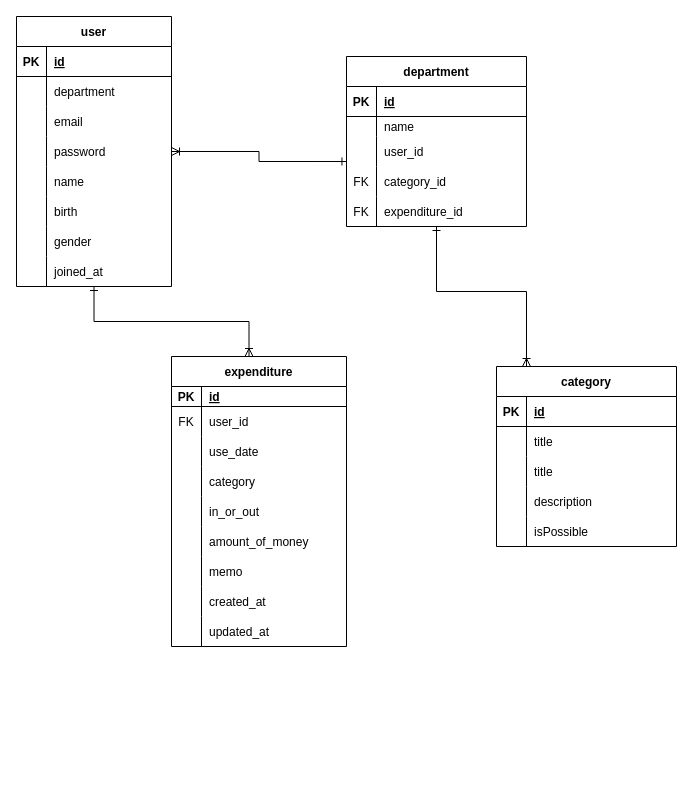
Earlier version of the draw.io diagram 제목 없는 다이어그램.drawio (ekslffh/accounting-project-be). Source tidied: cells renumbered, new cells numbered last; positions are measured from the earlier drawing's top-left corner, leaving out a move shared by most shapes. Both pictures are drawn from the tidied source at 100%, with x=0, y=0 at pixel (16, 16).
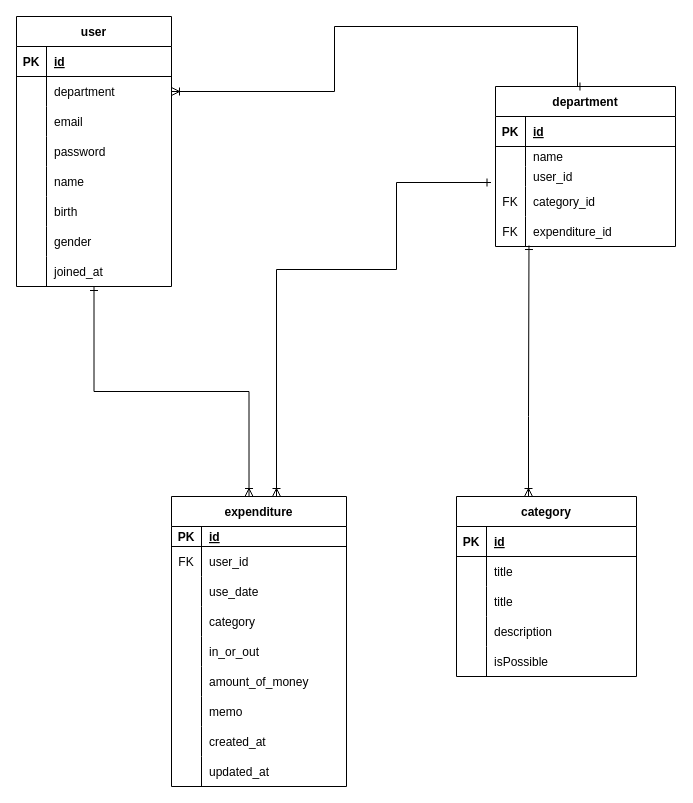
Above is the later version.

Commit message:
제목 없는 다이어그램.drawio 업데이트

Unchanged cells that the change refers to:
```xml
<mxCell id="35" style="shape=tableRow;horizontal=0;startSize=0;swimlaneHead=0;swimlaneBody=0;fillColor=none;points=[[0,0.5],[1,0.5]];portConstraint=eastwest;top=0;left=0;right=0;bottom=0;" parent="31" vertex="1">
  <mxGeometry y="60" width="155" height="30" as="geometry" />
</mxCell>
<mxCell id="41" style="shape=tableRow;horizontal=0;startSize=0;swimlaneHead=0;swimlaneBody=0;fillColor=none;points=[[0,0.5],[1,0.5]];portConstraint=eastwest;top=0;left=0;right=0;bottom=0;" parent="31" vertex="1">
  <mxGeometry y="120" width="155" height="30" as="geometry" />
</mxCell>
```

The edit, as a diff of the source:
```diff
@@
+    <mxCell id="90" style="edgeStyle=orthogonalEdgeStyle;rounded=0;jettySize=auto;html=1;startArrow=ERoneToMany;startFill=0;endArrow=ERone;endFill=0;entryX=-0.025;entryY=-0.133;entryDx=0;entryDy=0;entryPerimeter=0;" parent="1" edge="1" source="2" target="83">
+      <mxGeometry relative="1" as="geometry">
+        <Array as="points">
+          <mxPoint x="260" y="253" />
+          <mxPoint x="380" y="253" />
+          <mxPoint x="380" y="166" />
+        </Array>
+      </mxGeometry>
+    </mxCell>
     <mxCell id="2" value="expenditure" style="shape=table;startSize=30;childLayout=tableLayout;rowLines=0;fontStyle=1;align=center;" parent="1" vertex="1">
-      <mxGeometry x="155" y="340" width="175" height="290" as="geometry" />
+      <mxGeometry x="155" y="480" width="175" height="290" as="geometry" />
     </mxCell>
@@
-    <mxCell id="56" style="edgeStyle=orthogonalEdgeStyle;rounded=0;jettySize=auto;html=1;startArrow=ERoneToMany;startFill=0;endArrow=ERone;endFill=0;" parent="1" edge="1" source="57">
+    <mxCell id="56" style="edgeStyle=orthogonalEdgeStyle;rounded=0;jettySize=auto;html=1;startArrow=ERoneToMany;startFill=0;endArrow=ERone;endFill=0;entryX=0.186;entryY=0.967;entryDx=0;entryDy=0;entryPerimeter=0;" parent="1" edge="1" source="57" target="86">
       <mxGeometry relative="1" as="geometry">
-        <mxPoint x="420" y="210" as="targetPoint" />
         <Array as="points">
-          <mxPoint x="510" y="275" />
-          <mxPoint x="420" y="275" />
+          <mxPoint x="512" y="400" />
+          <mxPoint x="512" y="400" />
         </Array>
       </mxGeometry>
     </mxCell>
     <mxCell id="57" value="category" style="shape=table;startSize=30;childLayout=tableLayout;rowLines=0;fontStyle=1;align=center;" parent="1" vertex="1">
-      <mxGeometry x="480" y="350" width="180" height="180" as="geometry" />
+      <mxGeometry x="440" y="480" width="180" height="180" as="geometry" />
     </mxCell>
@@
     <mxCell id="73" value="department" style="shape=table;startSize=30;childLayout=tableLayout;rowLines=0;fontStyle=1;align=center;" parent="1" vertex="1">
-      <mxGeometry x="330" y="40" width="180" height="170" as="geometry" />
+      <mxGeometry x="479" y="70" width="180" height="160" as="geometry" />
     </mxCell>
@@
     <mxCell id="80" style="shape=tableRow;horizontal=0;startSize=0;swimlaneHead=0;swimlaneBody=0;fillColor=none;points=[[0,0.5],[1,0.5]];portConstraint=eastwest;top=0;left=0;right=0;bottom=0;" parent="73" vertex="1">
-      <mxGeometry y="80" width="180" height="30" as="geometry" />
+      <mxGeometry y="80" width="180" height="20" as="geometry" />
     </mxCell>
     <mxCell id="81" style="shape=partialRectangle;fillColor=none;top=0;left=0;bottom=0;right=0;overflow=hidden;" parent="80" vertex="1">
-      <mxGeometry width="30" height="30" as="geometry" />
+      <mxGeometry width="30" height="20" as="geometry" />
     </mxCell>
     <mxCell id="82" value="user_id" style="shape=partialRectangle;fillColor=none;top=0;left=0;bottom=0;right=0;align=left;spacingLeft=6;overflow=hidden;" parent="80" vertex="1">
-      <mxGeometry x="30" width="150" height="30" as="geometry" />
+      <mxGeometry x="30" width="150" height="20" as="geometry" />
     </mxCell>
     <mxCell id="83" style="shape=tableRow;horizontal=0;startSize=0;swimlaneHead=0;swimlaneBody=0;fillColor=none;points=[[0,0.5],[1,0.5]];portConstraint=eastwest;top=0;left=0;right=0;bottom=0;" parent="73" vertex="1">
-      <mxGeometry y="110" width="180" height="30" as="geometry" />
+      <mxGeometry y="100" width="180" height="30" as="geometry" />
     </mxCell>
@@
     <mxCell id="86" style="shape=tableRow;horizontal=0;startSize=0;swimlaneHead=0;swimlaneBody=0;fillColor=none;points=[[0,0.5],[1,0.5]];portConstraint=eastwest;top=0;left=0;right=0;bottom=0;" parent="73" vertex="1">
-      <mxGeometry y="140" width="180" height="30" as="geometry" />
+      <mxGeometry y="130" width="180" height="30" as="geometry" />
     </mxCell>
@@
-    <mxCell id="89" style="edgeStyle=orthogonalEdgeStyle;rounded=0;jettySize=auto;html=1;entryX=-0.003;entryY=0.833;entryDx=0;entryDy=0;entryPerimeter=0;startArrow=ERoneToMany;startFill=0;endArrow=ERone;endFill=0;" parent="1" edge="1" source="41" target="80">
-      <mxGeometry relative="1" as="geometry" />
+    <mxCell id="89" style="edgeStyle=orthogonalEdgeStyle;rounded=0;jettySize=auto;html=1;startArrow=ERoneToMany;startFill=0;endArrow=ERone;endFill=0;exitX=1;exitY=0.5;exitDx=0;exitDy=0;entryX=0.447;entryY=0;entryDx=0;entryDy=0;entryPerimeter=0;" parent="1" edge="1" source="35" target="73">
+      <mxGeometry relative="1" as="geometry">
+        <Array as="points">
+          <mxPoint x="318" y="75" />
+          <mxPoint x="318" y="10" />
+          <mxPoint x="561" y="10" />
+        </Array>
+      </mxGeometry>
     </mxCell>
```
